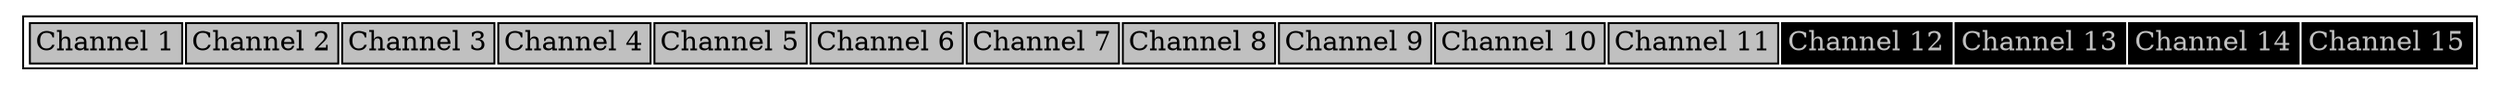
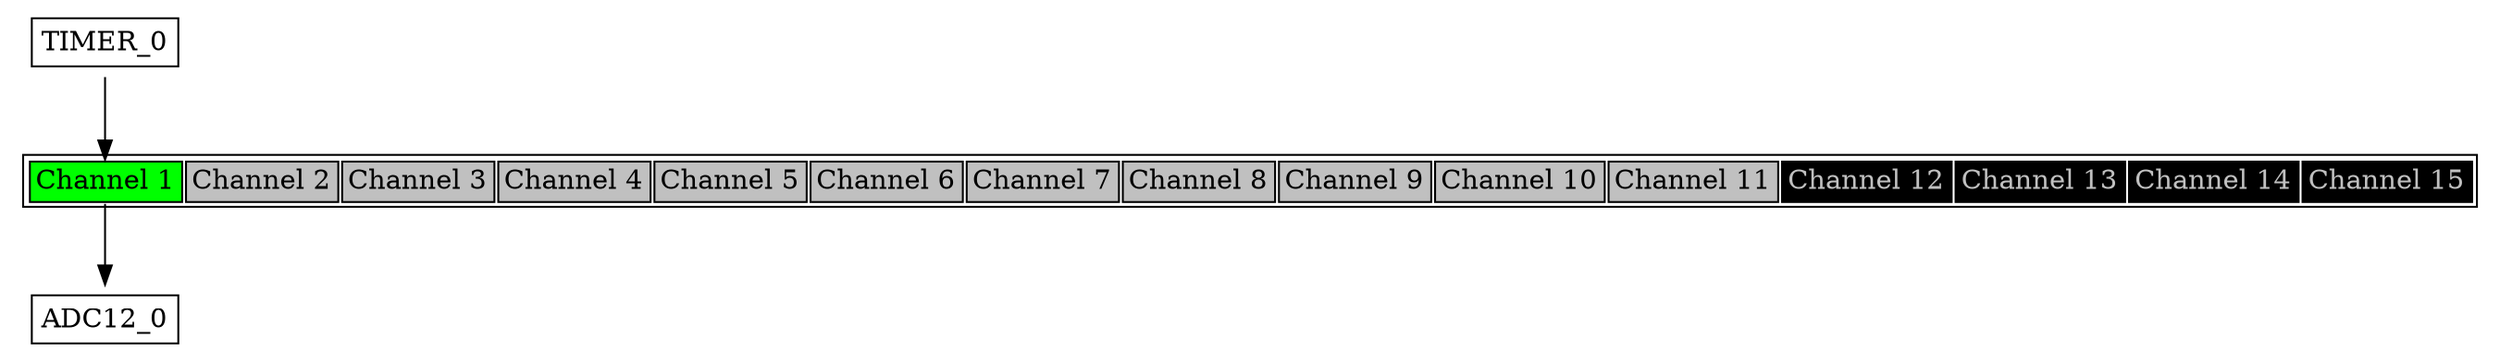


digraph H {

  parent [
   shape=plaintext
   label=<
     <table border='1' cellborder='1'>
       <tr>
-             <td bgcolor="grey" port='chan_1'>Channel 1</td>
+             <td bgcolor="green" port='chan_1'>Channel 1</td>
            <td bgcolor="grey" port='chan_2'>Channel 2</td>
            <td bgcolor="grey" port='chan_3'>Channel 3</td>
            <td bgcolor="grey" port='chan_4'>Channel 4</td>
            <td bgcolor="grey" port='chan_5'>Channel 5</td>
            <td bgcolor="grey" port='chan_6'>Channel 6</td>
            <td bgcolor="grey" port='chan_7'>Channel 7</td>
            <td bgcolor="grey" port='chan_8'>Channel 8</td>
            <td bgcolor="grey" port='chan_9'>Channel 9</td>
            <td bgcolor="grey" port='chan_10'>Channel 10</td>
            <td bgcolor="grey" port='chan_11'>Channel 11</td>
            <td bgcolor="black" port='chan_12'><font color="grey">Channel 12</font></td>
            <td bgcolor="black" port='chan_13'><font color="grey">Channel 13</font></td>
            <td bgcolor="black" port='chan_14'><font color="grey">Channel 14</font></td>
            <td bgcolor="black" port='chan_15'><font color="grey">Channel 15</font></td>
         </tr>
     </table>
  >];

+ pub_chan_1 [
+     shape=plaintext
+     label=<
+     <table border='1'  cellborder='0'>
+       <tr><td>TIMER_0</td></tr>
+     </table>
+     >];
+ pub_chan_1 -> parent: chan_1;
+ 
+ sub_chan_1_0 [
+   shape=plaintext
+   label=<
+     <table border='1'  cellborder='0'>
+       <tr><td>ADC12_0</td></tr>
+     </table>
+   >];
+ parent: chan_1 -> sub_chan_1_0;

}
